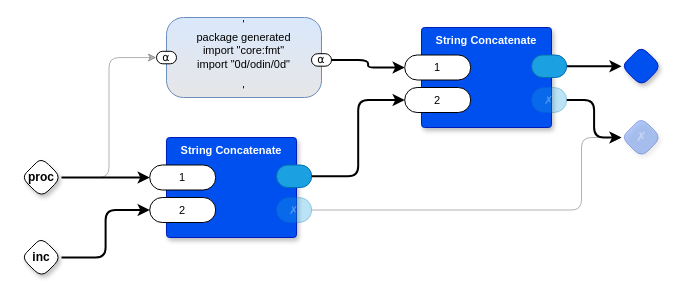
guitarvydas/gen0d keeps this draw.io diagram as page "Combine Generated Code" (11 of 21) of gen0d.drawio. Above is the earlier version. Source tidied: cells renumbered, new cells numbered last; positions are measured from the earlier drawing's top-left corner, leaving out a move shared by most shapes. Both pictures are drawn from the tidied source at 100%, with x=0, y=0 at pixel (21, 17).
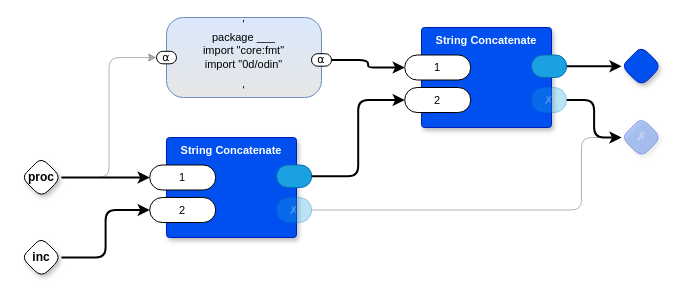
The same page after the edit.

Change to the diagram source:
```diff
@@
-    <mxCell id="3" value="'&lt;br&gt;package generated&lt;br&gt;import &quot;core:fmt&quot;&lt;br&gt;import &quot;0d/odin/0d&quot;&lt;br&gt;&lt;br&gt;'" style="rounded=1;whiteSpace=wrap;html=1;sketch=0;verticalAlign=middle;arcSize=34;fontStyle=0;absoluteArcSize=1;shadow=0;strokeColor=#6c8ebf;fillColor=#dae8fc;fontFamily=Helvetica;fontSize=11;gradientColor=#E6E6E6;fontColor=default;" parent="1" vertex="1">
+    <mxCell id="3" value="'&lt;br&gt;package ___&lt;br&gt;import &quot;core:fmt&quot;&lt;br&gt;import &quot;0d/odin&quot;&lt;br&gt;&lt;br&gt;'" style="rounded=1;whiteSpace=wrap;html=1;sketch=0;verticalAlign=middle;arcSize=34;fontStyle=0;absoluteArcSize=1;shadow=0;strokeColor=#6c8ebf;fillColor=#dae8fc;fontFamily=Helvetica;fontSize=11;gradientColor=#E6E6E6;fontColor=default;" parent="1" vertex="1">
       <mxGeometry x="145" width="155" height="80" as="geometry" />
     </mxCell>
```
